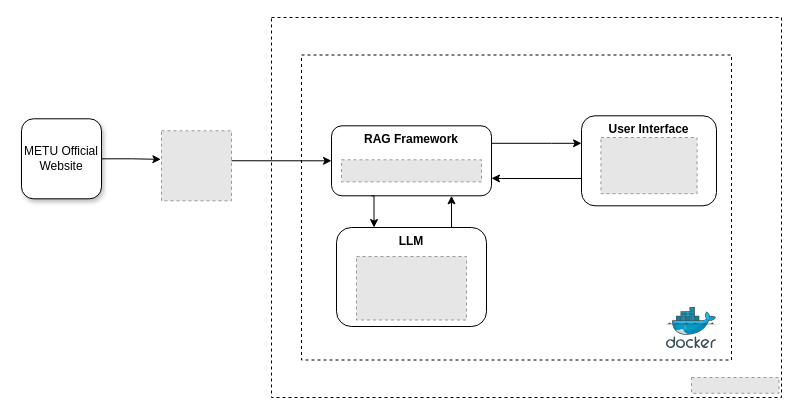
The draw.io diagram Diagrams/RAGSystemDesigndrawio.drawio in halildonmezbilek/MeETU, before the edit. Source tidied: cells renumbered, new cells numbered last; positions are measured from the earlier drawing's top-left corner, leaving out a move shared by most shapes. Both pictures are drawn from the tidied source at 100%, with x=0, y=0 at pixel (21, 17). Pictures stored in the file or linked from it are replaced by grey dashed boxes.
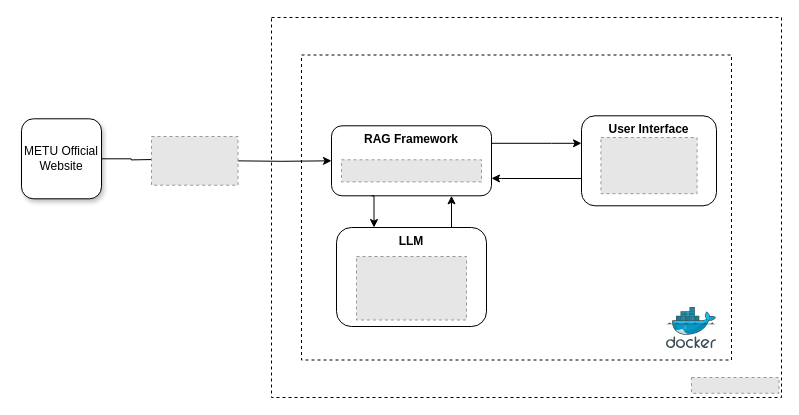
Above is the later version.

The change refers to these unchanged cells:
```xml
<mxCell id="5" value="&lt;div&gt;METU Official Website&lt;/div&gt;" style="whiteSpace=wrap;html=1;rounded=1;shadow=1;" parent="1" vertex="1">
  <mxGeometry y="101.3" width="80" height="80" as="geometry" />
</mxCell>
<mxCell id="16" value="&lt;b&gt;RAG Framework&lt;br&gt;&lt;/b&gt;" style="rounded=1;whiteSpace=wrap;html=1;fillColor=none;verticalAlign=top;" parent="15" vertex="1">
  <mxGeometry width="160" height="70" as="geometry" />
</mxCell>
```

Change to the diagram source:
```diff
@@
-    <mxCell id="4" style="edgeStyle=orthogonalEdgeStyle;rounded=0;jettySize=auto;html=1;exitX=1;exitY=0.5;exitDx=0;exitDy=0;entryX=-0.009;entryY=0.408;entryDx=0;entryDy=0;entryPerimeter=0;" parent="1" edge="1" source="5" target="7">
-      <mxGeometry relative="1" as="geometry" />
+    <mxCell id="4" style="edgeStyle=orthogonalEdgeStyle;rounded=0;jettySize=auto;html=1;exitX=1;exitY=0.5;exitDx=0;exitDy=0;entryX=-0.009;entryY=0.408;entryDx=0;entryDy=0;entryPerimeter=0;" parent="1" edge="1" source="5">
+      <mxGeometry relative="1" as="geometry">
+        <mxPoint x="139.4" y="141.9" as="targetPoint" />
+      </mxGeometry>
     </mxCell>
@@
-    <mxCell id="6" style="edgeStyle=orthogonalEdgeStyle;rounded=0;jettySize=auto;html=1;exitX=0.995;exitY=0.428;exitDx=0;exitDy=0;entryX=0;entryY=0.5;entryDx=0;entryDy=0;exitPerimeter=0;" parent="1" edge="1" source="7" target="16">
-      <mxGeometry relative="1" as="geometry" />
+    <mxCell id="6" style="edgeStyle=orthogonalEdgeStyle;rounded=0;jettySize=auto;html=1;exitX=0.995;exitY=0.428;exitDx=0;exitDy=0;entryX=0;entryY=0.5;entryDx=0;entryDy=0;exitPerimeter=0;" parent="1" edge="1" target="16">
+      <mxGeometry relative="1" as="geometry">
+        <mxPoint x="209.7" y="143.3" as="sourcePoint" />
+      </mxGeometry>
     </mxCell>
-    <mxCell id="7" style="fillColor=#E6E6E6;strokeColor=#999999;dashed=1;verticalLabelPosition=bottom;labelBackgroundColor=default;verticalAlign=top;" parent="1" vertex="1">
-      <mxGeometry x="140" y="113.3" width="70" height="70" as="geometry" />
-    </mxCell>
@@
+    <mxCell id="23" style="fillColor=#E6E6E6;strokeColor=#999999;dashed=1;verticalLabelPosition=bottom;labelBackgroundColor=default;verticalAlign=top;" parent="1" vertex="1">
+      <mxGeometry x="130" y="119" width="86.5" height="48.7" as="geometry" />
+    </mxCell>
```
